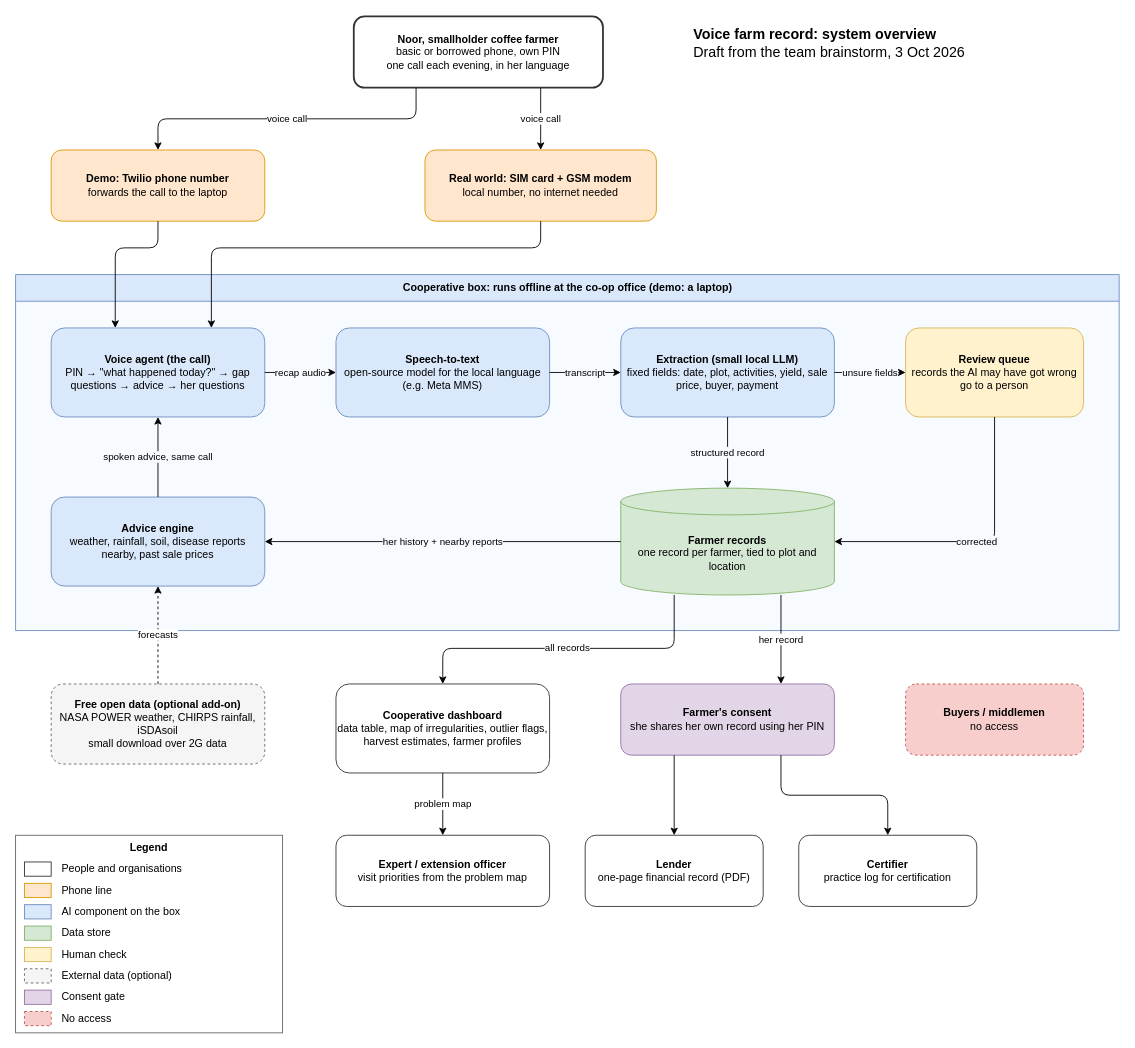
The draw.io diagram docs/architecture.drawio in jonathanbernsteiner/Hack-Nation_World-Bank-Agriculture-Case, before the edit. Source tidied: cells renumbered, new cells numbered last; positions are measured from the earlier drawing's top-left corner, leaving out a move shared by most shapes. Both pictures are drawn from the tidied source at 89%, with x=0, y=0 at pixel (15, 16).
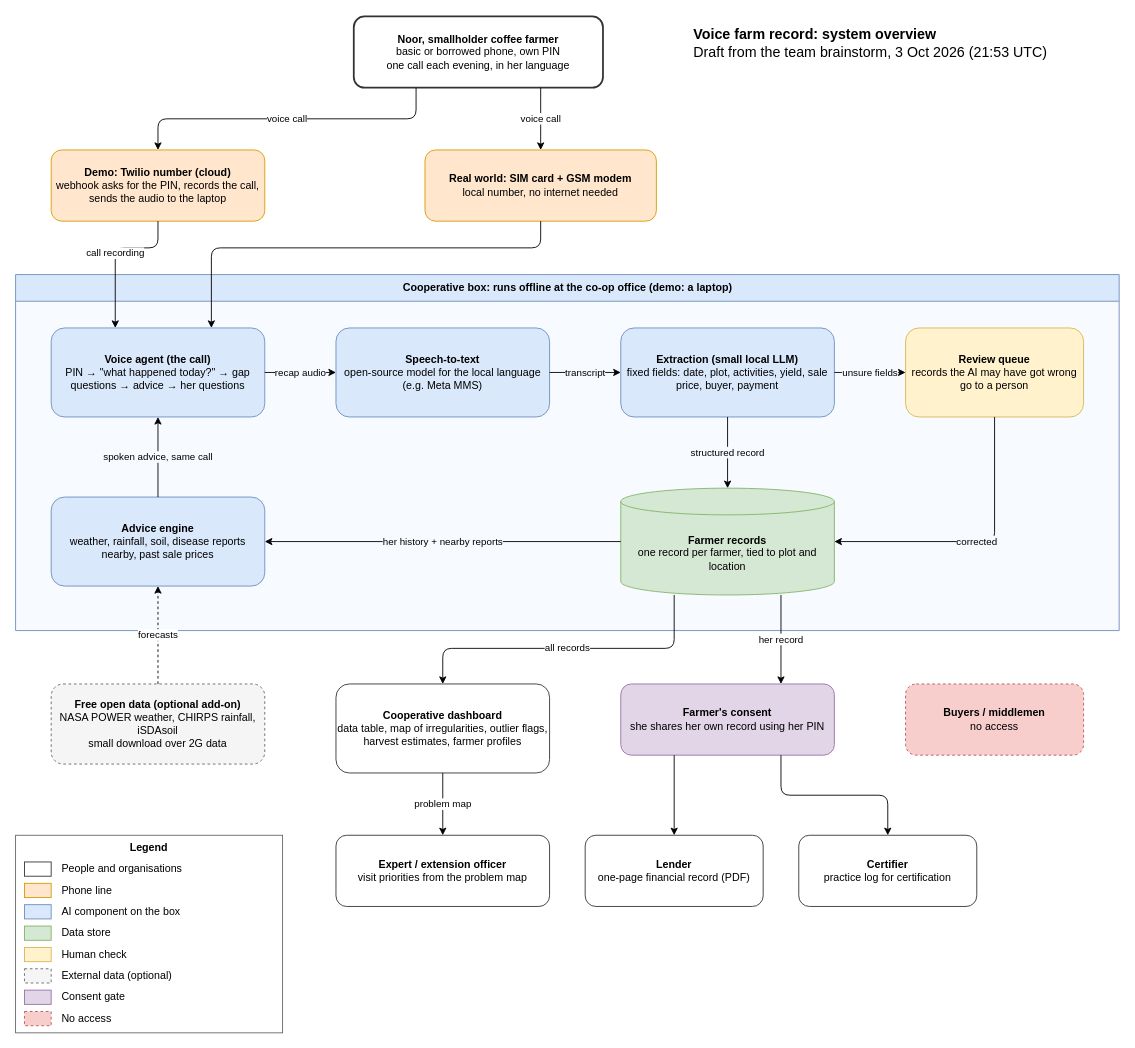
After the change.

Commit message (it also covers changes not shown here):
docs: add Twilio call flow to architecture diagram

The change refers to these unchanged cells:
```xml
<mxCell id="7" value="&lt;b&gt;Voice agent (the call)&lt;/b&gt;&lt;br&gt;PIN → &quot;what happened today?&quot; → gap questions → advice → her questions" style="rounded=1;whiteSpace=wrap;html=1;fillColor=#dae8fc;strokeColor=#6c8ebf;" parent="6" vertex="1">
  <mxGeometry x="40" y="60" width="240" height="100" as="geometry" />
</mxCell>
```

The edit, as a diff of the source:
```diff
@@
-    <mxCell id="2" value="&lt;b&gt;Voice farm record: system overview&lt;/b&gt;&lt;br&gt;Draft from the team brainstorm, 3 Oct 2026" style="text;html=1;align=left;verticalAlign=middle;fontSize=16;" parent="1" vertex="1">
+    <mxCell id="2" value="&lt;b&gt;Voice farm record: system overview&lt;/b&gt;&lt;br&gt;Draft from the team brainstorm, 3 Oct 2026 (21:53 UTC)" style="text;html=1;align=left;verticalAlign=middle;fontSize=16;" parent="1" vertex="1">
       <mxGeometry x="760" width="440" height="60" as="geometry" />
     </mxCell>
@@
-    <mxCell id="4" value="&lt;b&gt;Demo: Twilio phone number&lt;/b&gt;&lt;br&gt;forwards the call to the laptop" style="rounded=1;whiteSpace=wrap;html=1;fillColor=#ffe6cc;strokeColor=#d79b00;" parent="1" vertex="1">
+    <mxCell id="4" value="&lt;b&gt;Demo: Twilio number (cloud)&lt;/b&gt;&lt;br&gt;webhook asks for the PIN, records the call, sends the audio to the laptop" style="rounded=1;whiteSpace=wrap;html=1;fillColor=#ffe6cc;strokeColor=#d79b00;" parent="1" vertex="1">
       <mxGeometry x="40" y="150" width="240" height="80" as="geometry" />
     </mxCell>
@@
-    <mxCell id="22" style="edgeStyle=orthogonalEdgeStyle;rounded=1;jettySize=auto;html=1;exitX=0.5;exitY=1;exitDx=0;exitDy=0;entryX=0.3;entryY=0;entryDx=0;entryDy=0;" parent="1" edge="1" source="4" target="7">
+    <mxCell id="22" value="call recording" style="edgeStyle=orthogonalEdgeStyle;rounded=1;jettySize=auto;html=1;exitX=0.5;exitY=1;exitDx=0;exitDy=0;entryX=0.3;entryY=0;entryDx=0;entryDy=0;" parent="1" edge="1" source="4" target="7">
       <mxGeometry relative="1" as="geometry">
         <Array as="points">
           <mxPoint x="160" y="260" />
           <mxPoint x="112" y="260" />
         </Array>
       </mxGeometry>
     </mxCell>
```
